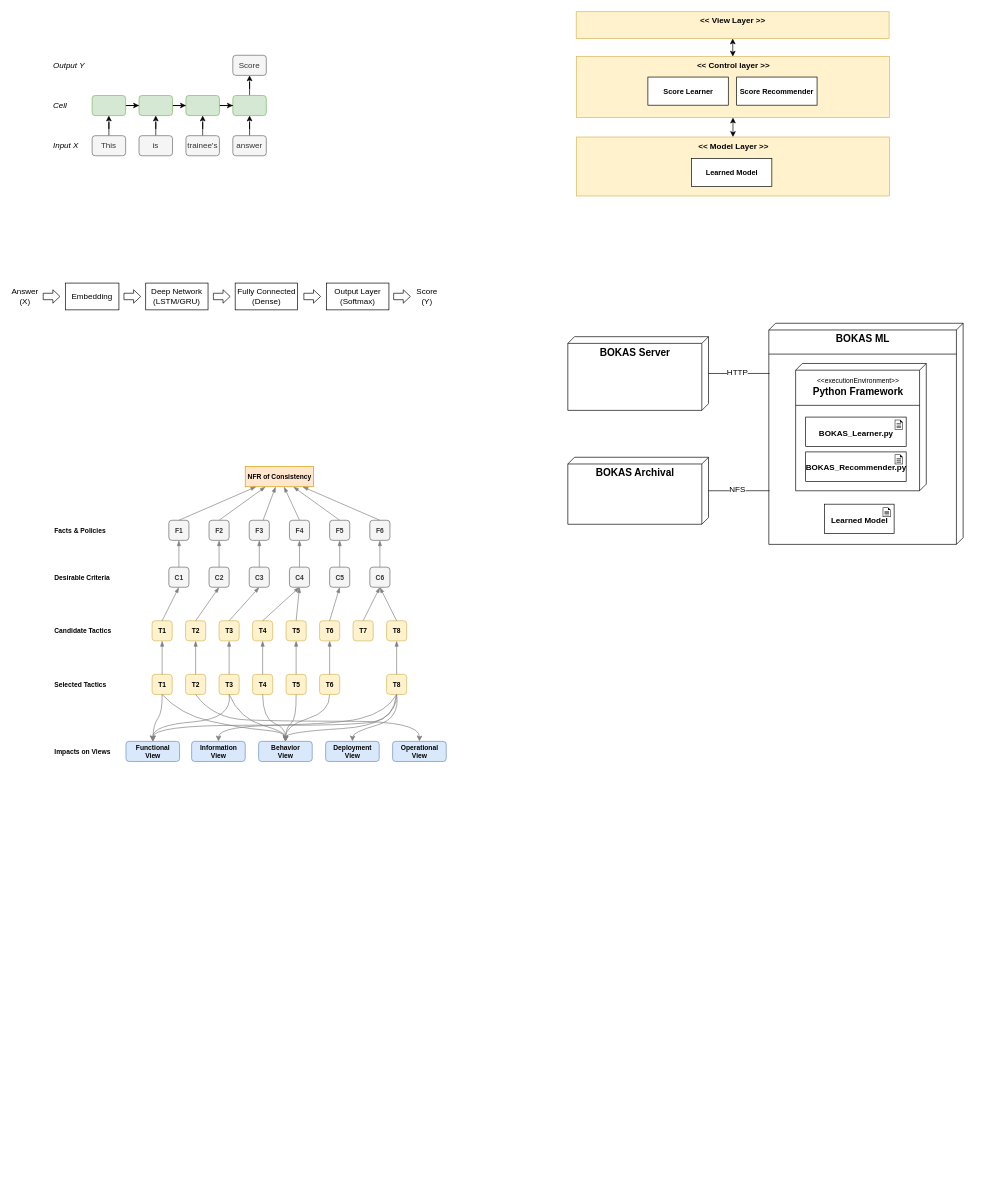
sungtaek/docs keeps this draw.io diagram as page "NFR2" (12 of 12) of BOKAS.drawio. Above is the earlier version. Source tidied: cells renumbered, new cells numbered last; positions are measured from the earlier drawing's top-left corner, leaving out a move shared by most shapes. Both pictures are drawn from the tidied source at 67%, with x=0, y=0 at pixel (11, 11).
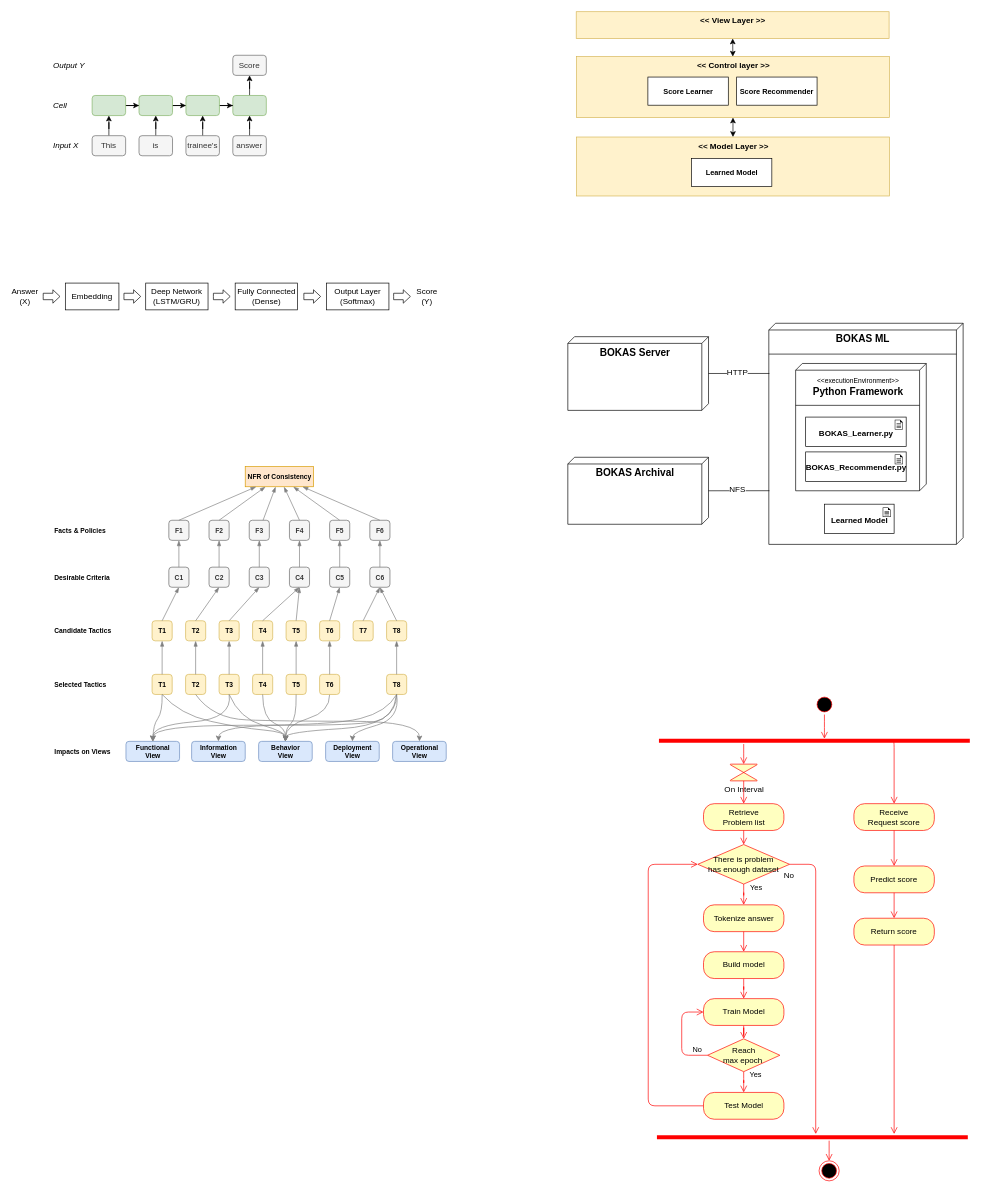
After the change.

Change to the diagram source:
```diff
@@
+    <mxCell id="143" style="edgeStyle=orthogonalEdgeStyle;rounded=1;jettySize=auto;html=1;verticalAlign=bottom;strokeColor=#ff0000;endArrow=open;endSize=8;" parent="1" edge="1" source="144">
+      <mxGeometry relative="1" as="geometry">
+        <mxPoint x="1213" y="1085" as="targetPoint" />
+      </mxGeometry>
+    </mxCell>
+    <mxCell id="144" style="ellipse;html=1;shape=startState;fillColor=#000000;strokeColor=#ff0000;align=left;" parent="1" vertex="1">
+      <mxGeometry x="1198" y="1019" width="30" height="30" as="geometry" />
+    </mxCell>
+    <mxCell id="145" value="Retrieve&lt;br&gt;Problem list" style="rounded=1;whiteSpace=wrap;html=1;arcSize=40;fontColor=#000000;fillColor=#ffffc0;strokeColor=#ff0000;align=center;" parent="1" vertex="1">
+      <mxGeometry x="1032.5" y="1182" width="120" height="40" as="geometry" />
+    </mxCell>
+    <mxCell id="146" style="edgeStyle=orthogonalEdgeStyle;html=1;verticalAlign=bottom;endArrow=open;endSize=8;strokeColor=#ff0000;" parent="1" edge="1" source="145" target="150">
+      <mxGeometry relative="1" as="geometry" />
+    </mxCell>
+    <mxCell id="147" value="Yes" style="edgeStyle=orthogonalEdgeStyle;rounded=1;jettySize=auto;html=1;verticalAlign=bottom;strokeColor=#ff0000;endArrow=open;endSize=8;" parent="1" edge="1" source="150" target="151">
+      <mxGeometry x="0.3" y="18" relative="1" as="geometry" />
+    </mxCell>
+    <mxCell id="148" style="edgeStyle=orthogonalEdgeStyle;rounded=1;jettySize=auto;html=1;verticalAlign=bottom;strokeColor=#ff0000;endArrow=open;endSize=8;" parent="1" edge="1" source="150" target="168">
+      <mxGeometry relative="1" as="geometry">
+        <Array as="points">
+          <mxPoint x="1200" y="1273" />
+        </Array>
+      </mxGeometry>
+    </mxCell>
+    <mxCell id="149" value="No" style="text;html=1;align=center;verticalAlign=middle;labelBackgroundColor=#ffffff;" parent="148" vertex="1">
+      <mxGeometry x="-0.78" y="-4" relative="1" as="geometry">
+        <mxPoint x="-37" y="6" as="offset" />
+      </mxGeometry>
+    </mxCell>
+    <mxCell id="150" value="There is problem&lt;br&gt;has enough dataset" style="rhombus;whiteSpace=wrap;html=1;fillColor=#ffffc0;strokeColor=#ff0000;align=center;" parent="1" vertex="1">
+      <mxGeometry x="1024" y="1243" width="137" height="59" as="geometry" />
+    </mxCell>
+    <mxCell id="151" value="Tokenize answer" style="rounded=1;whiteSpace=wrap;html=1;arcSize=40;fontColor=#000000;fillColor=#ffffc0;strokeColor=#ff0000;align=center;" parent="1" vertex="1">
+      <mxGeometry x="1032.5" y="1333" width="120" height="40" as="geometry" />
+    </mxCell>
+    <mxCell id="152" style="edgeStyle=orthogonalEdgeStyle;html=1;verticalAlign=bottom;endArrow=open;endSize=8;strokeColor=#ff0000;" parent="1" edge="1" source="151" target="154">
+      <mxGeometry relative="1" as="geometry" />
+    </mxCell>
+    <mxCell id="153" style="edgeStyle=orthogonalEdgeStyle;rounded=1;jettySize=auto;html=1;verticalAlign=bottom;strokeColor=#ff0000;endArrow=open;endSize=8;" parent="1" edge="1" source="154" target="156">
+      <mxGeometry relative="1" as="geometry" />
+    </mxCell>
+    <mxCell id="154" value="Build model" style="rounded=1;whiteSpace=wrap;html=1;arcSize=40;fontColor=#000000;fillColor=#ffffc0;strokeColor=#ff0000;align=center;" parent="1" vertex="1">
+      <mxGeometry x="1032.5" y="1403" width="120" height="40" as="geometry" />
+    </mxCell>
+    <mxCell id="155" style="edgeStyle=orthogonalEdgeStyle;rounded=1;jettySize=auto;html=1;verticalAlign=bottom;strokeColor=#ff0000;endArrow=open;endSize=8;" parent="1" edge="1" source="156" target="159">
+      <mxGeometry relative="1" as="geometry" />
+    </mxCell>
+    <mxCell id="156" value="Train Model" style="rounded=1;whiteSpace=wrap;html=1;arcSize=40;fontColor=#000000;fillColor=#ffffc0;strokeColor=#ff0000;align=center;" parent="1" vertex="1">
+      <mxGeometry x="1032.5" y="1473" width="120" height="40" as="geometry" />
+    </mxCell>
+    <mxCell id="157" value="No" style="edgeStyle=orthogonalEdgeStyle;rounded=1;jettySize=auto;html=1;entryX=0;entryY=0.5;entryDx=0;entryDy=0;exitX=0;exitY=0.5;exitDx=0;exitDy=0;verticalAlign=bottom;strokeColor=#ff0000;endArrow=open;endSize=8;" parent="1" edge="1" source="159" target="156">
+      <mxGeometry x="-0.76" relative="1" as="geometry">
+        <Array as="points">
+          <mxPoint x="1000" y="1558" />
+          <mxPoint x="1000" y="1493" />
+        </Array>
+      </mxGeometry>
+    </mxCell>
+    <mxCell id="158" value="Yes" style="edgeStyle=orthogonalEdgeStyle;rounded=1;jettySize=auto;html=1;verticalAlign=bottom;strokeColor=#ff0000;endArrow=open;endSize=8;exitX=0.5;exitY=1;exitDx=0;exitDy=0;" parent="1" edge="1" source="159" target="161">
+      <mxGeometry x="0.28" y="17" relative="1" as="geometry" />
+    </mxCell>
+    <mxCell id="159" value="Reach&lt;br&gt;max epoch&amp;nbsp;" style="rhombus;whiteSpace=wrap;html=1;fillColor=#ffffc0;strokeColor=#ff0000;align=center;" parent="1" vertex="1">
+      <mxGeometry x="1038.5" y="1533" width="108" height="49" as="geometry" />
+    </mxCell>
+    <mxCell id="160" style="edgeStyle=orthogonalEdgeStyle;rounded=1;jettySize=auto;html=1;entryX=0;entryY=0.5;entryDx=0;entryDy=0;verticalAlign=bottom;strokeColor=#ff0000;endArrow=open;endSize=8;" parent="1" edge="1" source="161" target="150">
+      <mxGeometry relative="1" as="geometry">
+        <Array as="points">
+          <mxPoint x="950" y="1633" />
+          <mxPoint x="950" y="1273" />
+        </Array>
+      </mxGeometry>
+    </mxCell>
+    <mxCell id="161" value="Test Model" style="rounded=1;whiteSpace=wrap;html=1;arcSize=40;fontColor=#000000;fillColor=#ffffc0;strokeColor=#ff0000;align=center;" parent="1" vertex="1">
+      <mxGeometry x="1032.5" y="1613" width="120" height="40" as="geometry" />
+    </mxCell>
+    <mxCell id="162" style="ellipse;html=1;shape=endState;fillColor=#000000;strokeColor=#ff0000;align=center;" parent="1" vertex="1">
+      <mxGeometry x="1205" y="1715" width="30" height="30" as="geometry" />
+    </mxCell>
+    <mxCell id="163" style="shape=line;html=1;strokeWidth=6;strokeColor=#ff0000;fillColor=none;align=center;" parent="1" vertex="1">
+      <mxGeometry x="966" y="1083" width="464" height="10" as="geometry" />
+    </mxCell>
+    <mxCell id="164" value="On Interval" style="verticalLabelPosition=bottom;verticalAlign=middle;html=1;shape=mxgraph.flowchart.collate;fillColor=#ffffc0;align=center;rounded=1;strokeColor=#ff0000;arcSize=40;" parent="1" vertex="1">
+      <mxGeometry x="1072.5" y="1123" width="40" height="25" as="geometry" />
+    </mxCell>
+    <mxCell id="165" style="edgeStyle=orthogonalEdgeStyle;html=1;verticalAlign=bottom;endArrow=open;endSize=8;strokeColor=#ff0000;entryX=0.5;entryY=0;entryDx=0;entryDy=0;" parent="1" edge="1" source="164" target="145">
+      <mxGeometry relative="1" as="geometry" />
+    </mxCell>
+    <mxCell id="166" style="edgeStyle=orthogonalEdgeStyle;html=1;verticalAlign=bottom;endArrow=open;endSize=8;strokeColor=#ff0000;entryX=0.5;entryY=0;entryDx=0;entryDy=0;entryPerimeter=0;" parent="1" edge="1" source="163" target="164">
+      <mxGeometry relative="1" as="geometry">
+        <Array as="points">
+          <mxPoint x="1093" y="1108" />
+        </Array>
+      </mxGeometry>
+    </mxCell>
+    <mxCell id="167" style="edgeStyle=orthogonalEdgeStyle;rounded=1;jettySize=auto;html=1;verticalAlign=bottom;strokeColor=#ff0000;endArrow=open;endSize=8;" parent="1" edge="1" source="168" target="162">
+      <mxGeometry relative="1" as="geometry">
+        <Array as="points">
+          <mxPoint x="1220" y="1695" />
+          <mxPoint x="1220" y="1695" />
+        </Array>
+      </mxGeometry>
+    </mxCell>
+    <mxCell id="168" style="shape=line;html=1;strokeWidth=6;strokeColor=#ff0000;fillColor=none;align=center;" parent="1" vertex="1">
+      <mxGeometry x="963" y="1675" width="464" height="10" as="geometry" />
+    </mxCell>
+    <mxCell id="169" value="Receive&lt;br&gt;Request score" style="rounded=1;whiteSpace=wrap;html=1;arcSize=40;fontColor=#000000;fillColor=#ffffc0;strokeColor=#ff0000;align=center;" parent="1" vertex="1">
+      <mxGeometry x="1257" y="1182" width="120" height="40" as="geometry" />
+    </mxCell>
+    <mxCell id="170" style="edgeStyle=orthogonalEdgeStyle;html=1;verticalAlign=bottom;endArrow=open;endSize=8;strokeColor=#ff0000;exitX=0.75;exitY=0.5;exitDx=0;exitDy=0;exitPerimeter=0;" parent="1" edge="1" source="163" target="169">
+      <mxGeometry relative="1" as="geometry">
+        <Array as="points">
+          <mxPoint x="1317" y="1088" />
+        </Array>
+      </mxGeometry>
+    </mxCell>
+    <mxCell id="171" value="Predict score" style="rounded=1;whiteSpace=wrap;html=1;arcSize=40;fontColor=#000000;fillColor=#ffffc0;strokeColor=#ff0000;align=center;" parent="1" vertex="1">
+      <mxGeometry x="1257" y="1275" width="120" height="40" as="geometry" />
+    </mxCell>
+    <mxCell id="172" style="edgeStyle=orthogonalEdgeStyle;html=1;verticalAlign=bottom;endArrow=open;endSize=8;strokeColor=#ff0000;" parent="1" edge="1" source="169" target="171">
+      <mxGeometry relative="1" as="geometry" />
+    </mxCell>
+    <mxCell id="173" style="edgeStyle=orthogonalEdgeStyle;rounded=1;jettySize=auto;html=1;entryX=0.763;entryY=0;entryDx=0;entryDy=0;entryPerimeter=0;verticalAlign=bottom;strokeColor=#ff0000;endArrow=open;endSize=8;" parent="1" edge="1" source="174" target="168">
+      <mxGeometry relative="1" as="geometry" />
+    </mxCell>
+    <mxCell id="174" value="Return score" style="rounded=1;whiteSpace=wrap;html=1;arcSize=40;fontColor=#000000;fillColor=#ffffc0;strokeColor=#ff0000;align=center;" parent="1" vertex="1">
+      <mxGeometry x="1257" y="1353" width="120" height="40" as="geometry" />
+    </mxCell>
+    <mxCell id="175" style="edgeStyle=orthogonalEdgeStyle;html=1;verticalAlign=bottom;endArrow=open;endSize=8;strokeColor=#ff0000;" parent="1" edge="1" source="171" target="174">
+      <mxGeometry relative="1" as="geometry" />
+    </mxCell>
```
